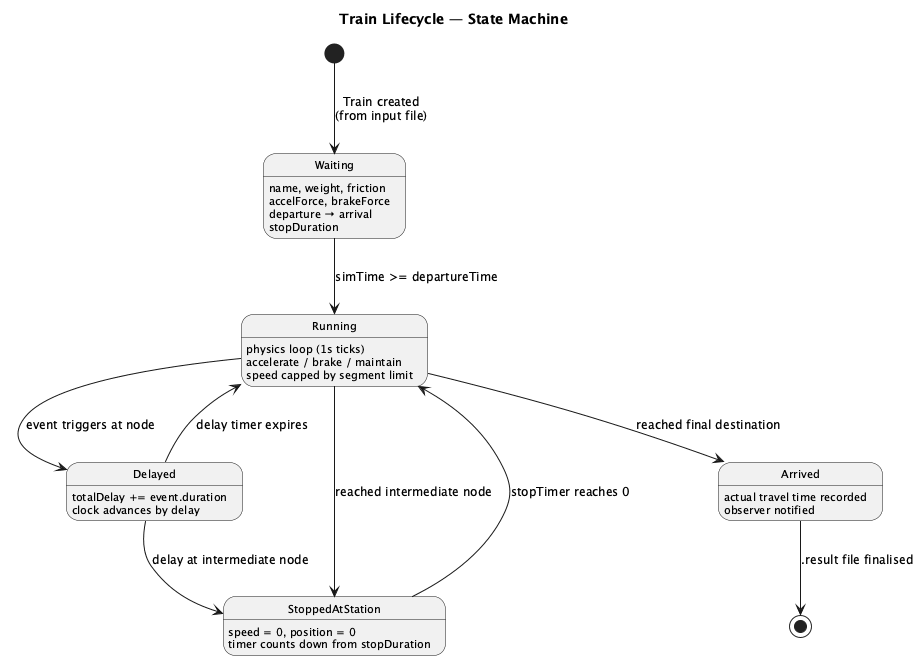
abaiao-r/Module_05_Train_yourself keeps this PlantUML diagram as docs/diagrams/state_train_lifecycle.png. Above is the earlier version. Its diagram source:
```plantuml
@startuml state_train_lifecycle

skinparam defaultFontSize 12
skinparam shadowing false
skinparam StateFontSize 13
skinparam StateAttributeFontSize 11

title Train Lifecycle — State Machine

[*] --> Waiting : Train created\n(from input file)

Waiting --> Running : simTime >= departureTime
Waiting : name, weight, friction
Waiting : accelForce, brakeForce
Waiting : departure → arrival
Waiting : stopDuration

Running --> StoppedAtStation : reached intermediate node
Running --> Delayed : event triggers at node
Running --> Arrived : reached final destination
Running : physics loop (1s ticks)
Running : accelerate / brake / maintain
Running : speed capped by segment limit

StoppedAtStation --> Running : stopTimer reaches 0
StoppedAtStation : speed = 0, position = 0
StoppedAtStation : timer counts down from stopDuration

Delayed --> Running : delay timer expires
Delayed --> StoppedAtStation : delay at intermediate node
Delayed : totalDelay += event.duration
Delayed : clock advances by delay

Arrived --> [*] : .result file finalised
Arrived : actual travel time recorded
Arrived : observer notified

@enduml
```
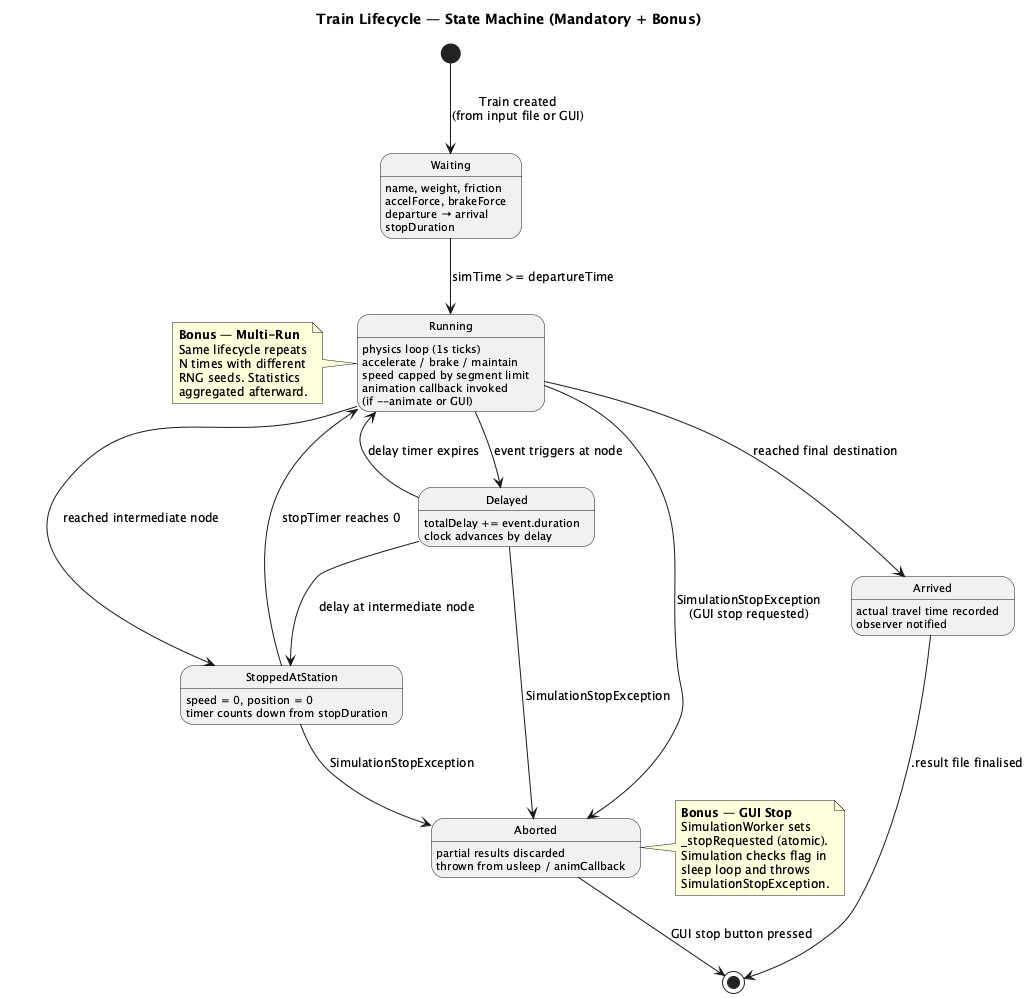
After the change.

The edit, as a diff of the source:
```diff
@@ -5,9 +5,9 @@
 skinparam StateFontSize 13
 skinparam StateAttributeFontSize 11
 
-title Train Lifecycle — State Machine
+title Train Lifecycle — State Machine (Mandatory + Bonus)
 
-[*] --> Waiting : Train created\n(from input file)
+[*] --> Waiting : Train created\n(from input file or GUI)
 
 Waiting --> Running : simTime >= departureTime
 Waiting : name, weight, friction
@@ -18,16 +18,20 @@
 Running --> StoppedAtStation : reached intermediate node
 Running --> Delayed : event triggers at node
 Running --> Arrived : reached final destination
+Running --> Aborted : SimulationStopException\n(GUI stop requested)
 Running : physics loop (1s ticks)
 Running : accelerate / brake / maintain
 Running : speed capped by segment limit
+Running : animation callback invoked\n(if --animate or GUI)
 
 StoppedAtStation --> Running : stopTimer reaches 0
+StoppedAtStation --> Aborted : SimulationStopException
 StoppedAtStation : speed = 0, position = 0
 StoppedAtStation : timer counts down from stopDuration
 
 Delayed --> Running : delay timer expires
 Delayed --> StoppedAtStation : delay at intermediate node
+Delayed --> Aborted : SimulationStopException
 Delayed : totalDelay += event.duration
 Delayed : clock advances by delay
 
@@ -35,4 +39,25 @@
 Arrived : actual travel time recorded
 Arrived : observer notified
 
+Aborted --> [*] : GUI stop button pressed
+Aborted : partial results discarded
+Aborted : thrown from usleep / animCallback
+
+note right of Aborted
+  **Bonus — GUI Stop**
+  SimulationWorker sets
+  _stopRequested (atomic).
+  Simulation checks flag in
+  sleep loop and throws
+  SimulationStopException.
+end note
+
+note left of Running
+  **Bonus — Multi-Run**
+  Same lifecycle repeats
+  N times with different
+  RNG seeds. Statistics
+  aggregated afterward.
+end note
+
 @enduml
```
